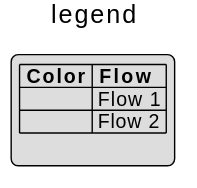
Earlier version of the PlantUML export assets/images/posts/plantuml/2021-02-24-plantuml-tips-tricks-1/legend.svg (Sarafian/sarafian.github.io).
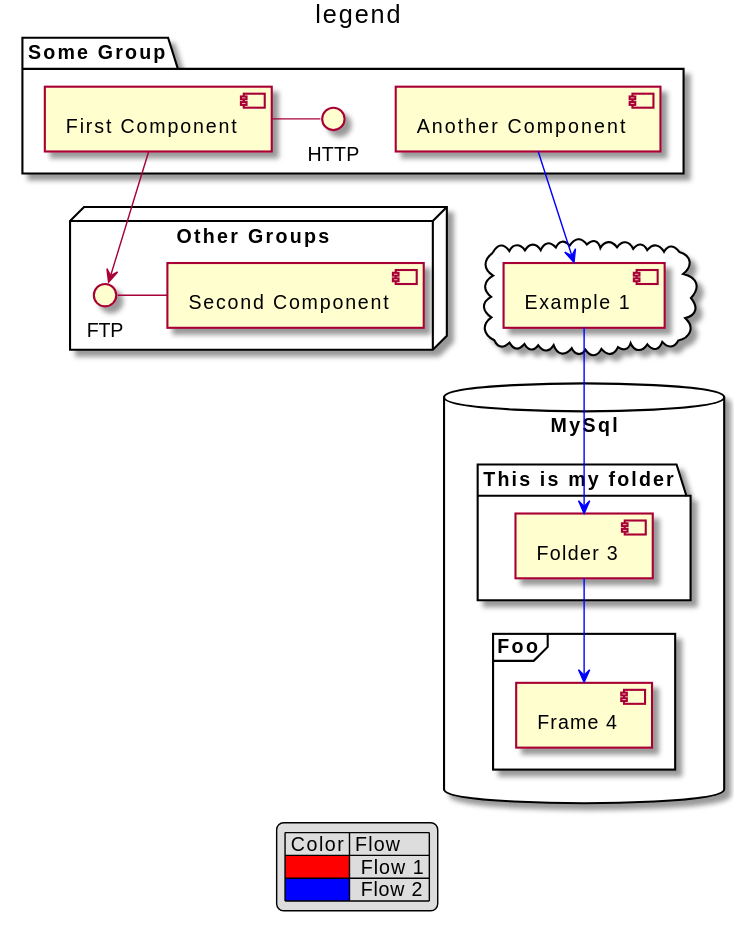
After the commit.

Diff of the diagram source:
```diff
@@ -1,10 +1,38 @@
 @startuml
 title legend
 
+package "Some Group" {
+  HTTP - [First Component]
+  [Another Component]
+}
+
+node "Other Groups" {
+  FTP - [Second Component]
+  [First Component] --> FTP
+}
+
+cloud {
+  [Example 1]
+}
+
+
+database "MySql" {
+  folder "This is my folder" {
+    [Folder 3]
+  }
+  frame "Foo" {
+    [Frame 4]
+  }
+}
+
+[Another Component] --> [Example 1] #Blue
+[Example 1] --> [Folder 3] #Blue
+[Folder 3] --> [Frame 4] #Blue
+
+
 legend
-    |= Color |= Flow |
-    |<back:#Green>   </back>| Flow 1 |
-    |<back:#Red>   </back>| Flow 2 |
-
+    | Color | Flow |
+    |<#Red>|  Flow 1 |
+    |<#Blue>|  Flow 2 |
 endlegend
 @enduml
```
